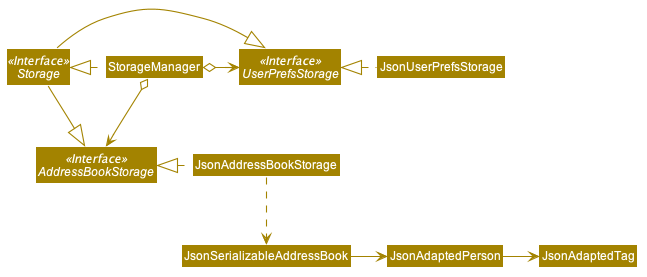
Before: docs/images/StorageClassDiagram.png, a diagram exported from PlantUML (se-edu/addressbook-level3).
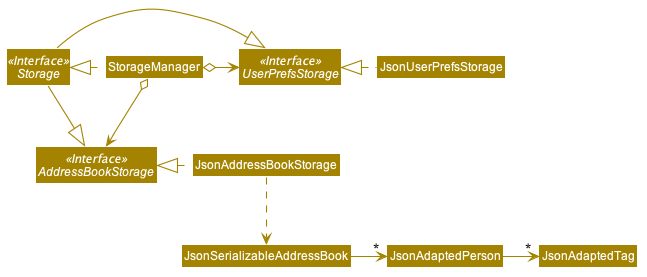
After the commit.

Commit message:
Add multiplicities for the missing association arrow

The edit, as a diff of the source:
```diff
@@ -69,6 +69,6 @@
 JsonUserPrefsStorage .left.|> UserPrefsStorage
 JsonAddressBookStorage .left.|> AddressBookStorage
 JsonAddressBookStorage .down.> JsonSerializableAddressBook
-JsonSerializableAddressBook -right-> JsonAdaptedPerson
-JsonAdaptedPerson -right-> JsonAdaptedTag
+JsonSerializableAddressBook -right-> "*" JsonAdaptedPerson
+JsonAdaptedPerson -right-> "*" JsonAdaptedTag
 @enduml
```
